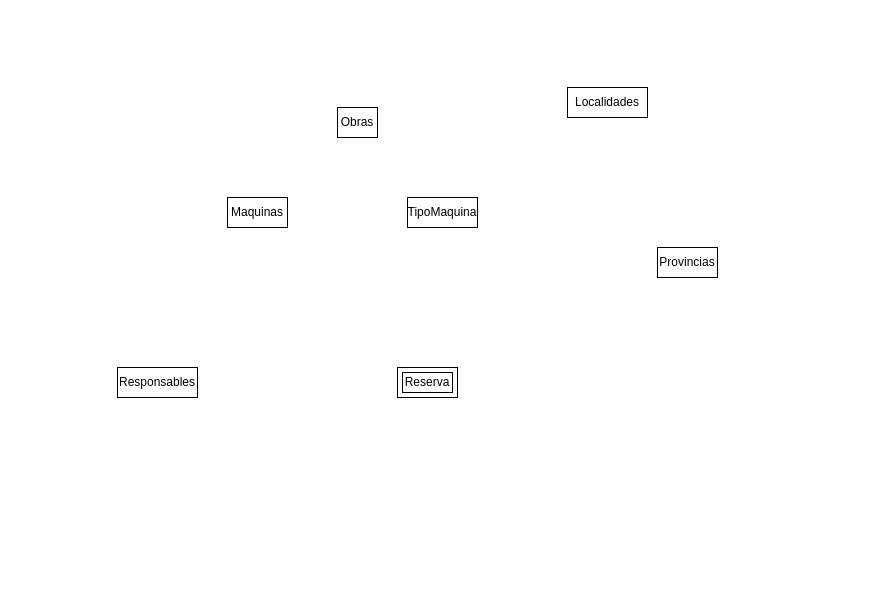
Before: reservas.drawio in santisabb/ejercicios-base_de_datos, a draw.io diagram. Source tidied: cells renumbered, new cells numbered last; positions are measured from the earlier drawing's top-left corner, leaving out a move shared by most shapes. Both pictures are drawn from the tidied source at 100%, with x=0, y=0 at pixel (117, 87).
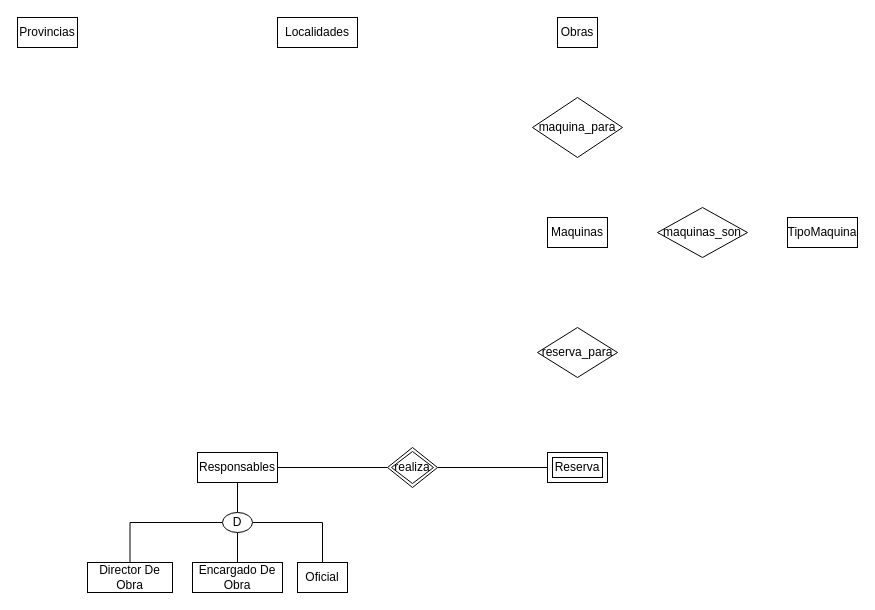
The same diagram, later.

What changed in the source:
```diff
@@
     <mxCell id="2" value="Maquinas" style="whiteSpace=wrap;html=1;align=center;" parent="1" vertex="1">
-      <mxGeometry x="110" y="110" width="60" height="30" as="geometry" />
+      <mxGeometry x="430" y="130" width="60" height="30" as="geometry" />
     </mxCell>
     <mxCell id="3" value="Provincias" style="whiteSpace=wrap;html=1;align=center;" parent="1" vertex="1">
-      <mxGeometry x="540" y="160" width="60" height="30" as="geometry" />
+      <mxGeometry x="-100" y="-70" width="60" height="30" as="geometry" />
     </mxCell>
     <mxCell id="4" value="Obras" style="whiteSpace=wrap;html=1;align=center;" parent="1" vertex="1">
-      <mxGeometry x="220" y="20" width="40" height="30" as="geometry" />
+      <mxGeometry x="440" y="-70" width="40" height="30" as="geometry" />
     </mxCell>
     <mxCell id="5" value="Localidades" style="whiteSpace=wrap;html=1;align=center;" parent="1" vertex="1">
-      <mxGeometry x="450" width="80" height="30" as="geometry" />
+      <mxGeometry x="160" y="-70" width="80" height="30" as="geometry" />
     </mxCell>
     <mxCell id="6" value="TipoMaquina" style="whiteSpace=wrap;html=1;align=center;" parent="1" vertex="1">
-      <mxGeometry x="290" y="110" width="70" height="30" as="geometry" />
+      <mxGeometry x="670" y="130" width="70" height="30" as="geometry" />
     </mxCell>
+    <mxCell id="9" style="edgeStyle=orthogonalEdgeStyle;rounded=0;jettySize=auto;html=1;exitX=1;exitY=0.5;exitDx=0;exitDy=0;entryX=0;entryY=0.5;entryDx=0;entryDy=0;endArrow=none;endFill=0;" parent="1" edge="1" source="7" target="12">
+      <mxGeometry relative="1" as="geometry" />
+    </mxCell>
+    <mxCell id="10" style="edgeStyle=orthogonalEdgeStyle;rounded=0;jettySize=auto;html=1;exitX=0.5;exitY=1;exitDx=0;exitDy=0;entryX=0.5;entryY=0;entryDx=0;entryDy=0;endArrow=none;endFill=0;" parent="1" edge="1" source="7" target="16">
+      <mxGeometry relative="1" as="geometry" />
+    </mxCell>
     <mxCell id="7" value="Responsables" style="whiteSpace=wrap;html=1;align=center;" parent="1" vertex="1">
-      <mxGeometry y="280" width="80" height="30" as="geometry" />
+      <mxGeometry x="80" y="365" width="80" height="30" as="geometry" />
     </mxCell>
     <mxCell id="8" value="Reserva" style="shape=ext;margin=3;double=1;whiteSpace=wrap;html=1;align=center;" parent="1" vertex="1">
-      <mxGeometry x="280" y="280" width="60" height="30" as="geometry" />
+      <mxGeometry x="430" y="365" width="60" height="30" as="geometry" />
     </mxCell>
+    <mxCell id="11" style="edgeStyle=orthogonalEdgeStyle;rounded=0;jettySize=auto;html=1;exitX=1;exitY=0.5;exitDx=0;exitDy=0;entryX=0;entryY=0.5;entryDx=0;entryDy=0;endArrow=none;endFill=0;" parent="1" edge="1" source="12" target="8">
+      <mxGeometry relative="1" as="geometry" />
+    </mxCell>
+    <mxCell id="12" value="realiza" style="shape=rhombus;double=1;perimeter=rhombusPerimeter;whiteSpace=wrap;html=1;align=center;" parent="1" vertex="1">
+      <mxGeometry x="270" y="360" width="50" height="40" as="geometry" />
+    </mxCell>
+    <mxCell id="13" style="edgeStyle=orthogonalEdgeStyle;rounded=0;jettySize=auto;html=1;exitX=0;exitY=0.5;exitDx=0;exitDy=0;endArrow=none;endFill=0;" parent="1" edge="1" source="16" target="17">
+      <mxGeometry relative="1" as="geometry" />
+    </mxCell>
+    <mxCell id="14" style="edgeStyle=orthogonalEdgeStyle;rounded=0;jettySize=auto;html=1;exitX=0.5;exitY=1;exitDx=0;exitDy=0;endArrow=none;endFill=0;" parent="1" edge="1" source="16" target="18">
+      <mxGeometry relative="1" as="geometry" />
+    </mxCell>
+    <mxCell id="15" style="edgeStyle=orthogonalEdgeStyle;rounded=0;jettySize=auto;html=1;exitX=1;exitY=0.5;exitDx=0;exitDy=0;endArrow=none;endFill=0;" parent="1" edge="1" source="16" target="19">
+      <mxGeometry relative="1" as="geometry" />
+    </mxCell>
+    <mxCell id="16" value="D" style="ellipse;whiteSpace=wrap;html=1;" parent="1" vertex="1">
+      <mxGeometry x="105" y="425" width="30" height="20" as="geometry" />
+    </mxCell>
+    <mxCell id="17" value="Director De Obra" style="whiteSpace=wrap;html=1;align=center;" parent="1" vertex="1">
+      <mxGeometry x="-30" y="475" width="85" height="30" as="geometry" />
+    </mxCell>
+    <mxCell id="18" value="Encargado De Obra" style="whiteSpace=wrap;html=1;align=center;" parent="1" vertex="1">
+      <mxGeometry x="75" y="475" width="90" height="30" as="geometry" />
+    </mxCell>
+    <mxCell id="19" value="Oficial" style="whiteSpace=wrap;html=1;align=center;" parent="1" vertex="1">
+      <mxGeometry x="180" y="475" width="50" height="30" as="geometry" />
+    </mxCell>
+    <mxCell id="20" value="reserva_para" style="shape=rhombus;perimeter=rhombusPerimeter;whiteSpace=wrap;html=1;align=center;" parent="1" vertex="1">
+      <mxGeometry x="420" y="240" width="80" height="50" as="geometry" />
+    </mxCell>
+    <mxCell id="21" value="maquinas_son" style="shape=rhombus;perimeter=rhombusPerimeter;whiteSpace=wrap;html=1;align=center;" parent="1" vertex="1">
+      <mxGeometry x="540" y="120" width="90" height="50" as="geometry" />
+    </mxCell>
+    <mxCell id="22" value="maquina_para" style="shape=rhombus;perimeter=rhombusPerimeter;whiteSpace=wrap;html=1;align=center;" parent="1" vertex="1">
+      <mxGeometry x="415" y="10" width="90" height="60" as="geometry" />
+    </mxCell>
```
